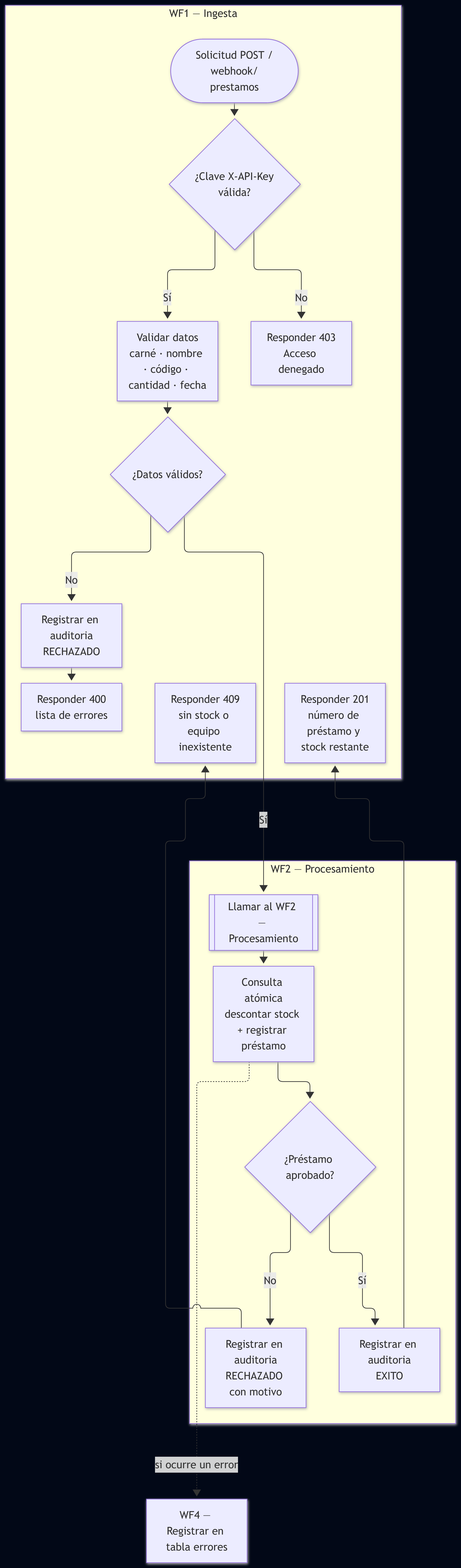
kathyjaganx/proyecto-final-as2-inventario keeps this Mermaid diagram as docs/diagrama_flujo_principal.png. Above is the earlier version. Its source is kept beside it as docs/diagrama_flujo_principal.mmd. The source it was exported from:
```mermaid
%%{init: {'theme': 'default'}}%%
flowchart TD
    A(["Solicitud POST /webhook/prestamos"]) --> B{"¿Clave X-API-Key<br/>válida?"}
    B -- No --> B1["Responder 403<br/>Acceso denegado"]
    B -- Sí --> C["Validar datos<br/>carné · nombre · código · cantidad · fecha"]
    C --> D{"¿Datos válidos?"}
    D -- No --> E["Registrar en auditoria<br/>RECHAZADO"]
    E --> F["Responder 400<br/>lista de errores"]
    D -- Sí --> G[["Llamar al WF2 — Procesamiento"]]
    G --> H["Consulta atómica<br/>descontar stock + registrar préstamo"]
    H --> I{"¿Préstamo aprobado?"}
    I -- Sí --> J["Registrar en auditoria<br/>EXITO"]
    J --> K["Responder 201<br/>número de préstamo y stock restante"]
    I -- No --> L["Registrar en auditoria<br/>RECHAZADO con motivo"]
    L --> M["Responder 409<br/>sin stock o equipo inexistente"]
    H -. "si ocurre un error" .-> N["WF4 — Registrar en tabla errores"]

    subgraph WF1["WF1 — Ingesta"]
        A
        B
        B1
        C
        D
        E
        F
        K
        M
    end

    subgraph WF2["WF2 — Procesamiento"]
        G
        H
        I
        J
        L
```
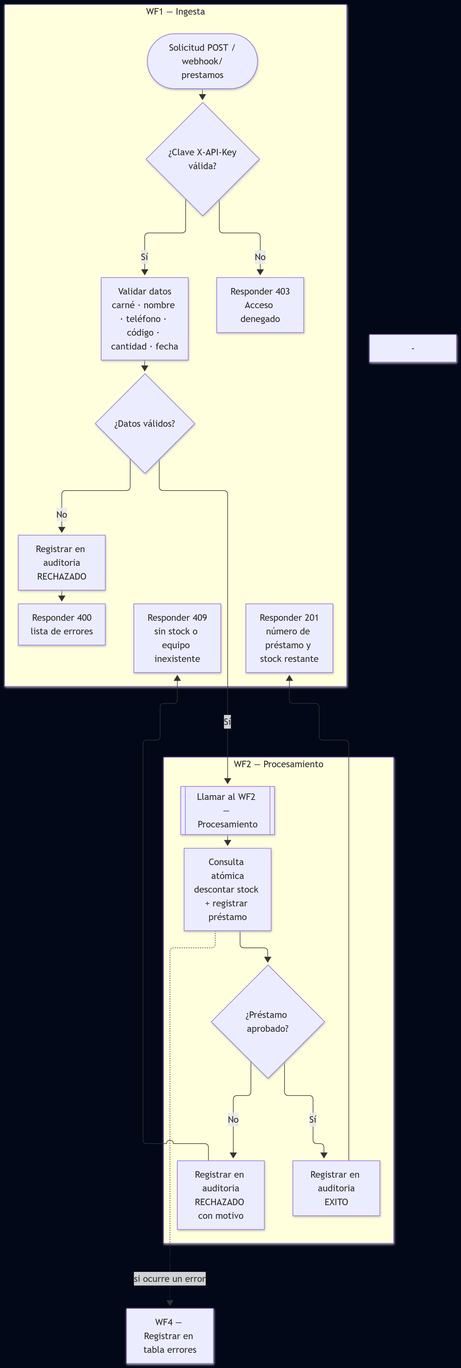
Later version of the same file.

Commit message:
v1.5 - Documento técnico y diagramas de arquitectura y flujo actualizados (comprobante PDF, teléfono y Docker)

The edit, as a diff of the source:
```diff
@@ -2,7 +2,7 @@
 flowchart TD
     A(["Solicitud POST /webhook/prestamos"]) --> B{"¿Clave X-API-Key<br/>válida?"}
     B -- No --> B1["Responder 403<br/>Acceso denegado"]
-    B -- Sí --> C["Validar datos<br/>carné · nombre · código · cantidad · fecha"]
+    B -- Sí --> C["Validar datos<br/>carné · nombre · teléfono · código · cantidad · fecha"]
     C --> D{"¿Datos válidos?"}
     D -- No --> E["Registrar en auditoria<br/>RECHAZADO"]
     E --> F["Responder 400<br/>lista de errores"]
@@ -33,3 +33,4 @@
         I
         J
         L
+    end
```
